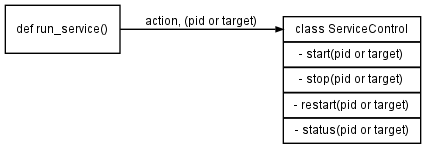
Before: docs/pyservice.png, a diagram exported from Graphviz (ownport/pyservice). Its source is kept beside it as docs/pyservice.gv. Source of this version:
```dot
digraph pyservice {

    graph [ rankdir = "LR" ];
    node [shape=record,fontname=Arial,fontsize=9];
    edge [arrowsize=0.5,fontname=Arial,fontsize=9];


    run_service         [label="def run_service()"];
    service_control     [label="<top>       class ServiceControl |\
                                <start>     - start(pid or target) |\
                                <stop>      - stop(pid or target) |\
                                <restart>   - restart(pid or target) |\
                                <status>    - status(pid or target)"];

    run_service -> service_control:top [label="action, (pid or target)"];

}
```
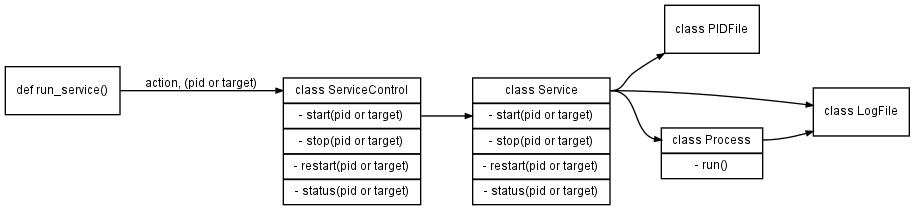
Above is the later version.

What changed in the source:
```diff
@@ -6,12 +6,29 @@
 
 
     run_service         [label="def run_service()"];
+
     service_control     [label="<top>       class ServiceControl |\
                                 <start>     - start(pid or target) |\
                                 <stop>      - stop(pid or target) |\
                                 <restart>   - restart(pid or target) |\
                                 <status>    - status(pid or target)"];
 
+    service             [label="<top> class Service |\
+                                <start>     - start(pid or target) |\
+                                <stop>      - stop(pid or target) |\
+                                <restart>   - restart(pid or target) |\
+                                <status>    - status(pid or target)"];
+
+    pidfile             [label="<top> class PIDFile"];
+    logfile             [label="<top> class LogFile"];
+    process             [label="<top> class Process |\
+                                <run>       - run()"];
+
     run_service -> service_control:top [label="action, (pid or target)"];
+    service_control:start -> service:start;
+    service:top -> process:top;
+    service:top -> pidfile:top;
+    service:top -> logfile:top;
+    process:top -> logfile:top;
 
 }
```
